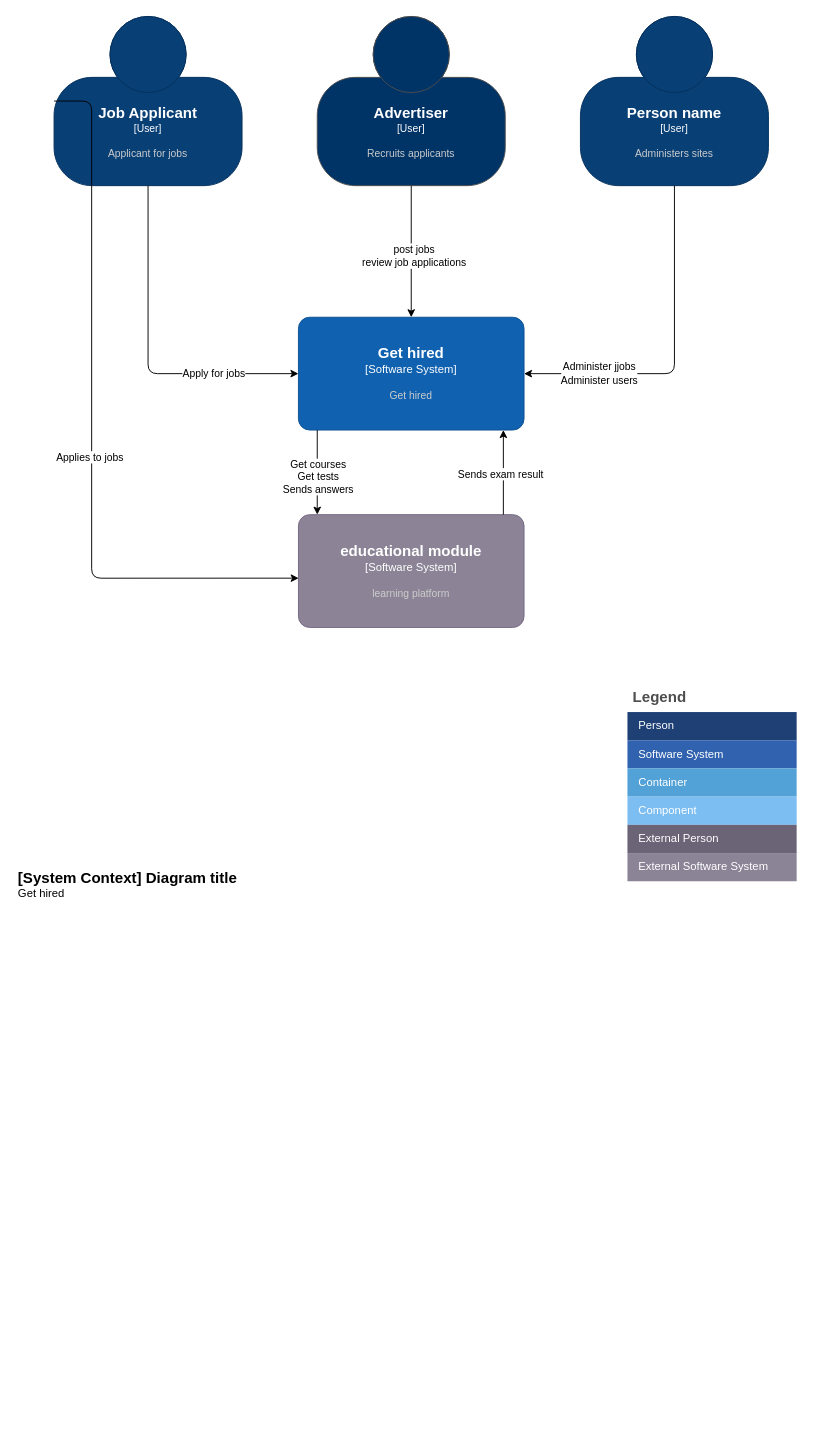
Earlier version of the draw.io diagram page "System context" (1 of 4) of jmp.drawio (UpSwDevTech2024/JMP). Source tidied: cells renumbered, new cells numbered last; positions are measured from the earlier drawing's top-left corner, leaving out a move shared by most shapes. Both pictures are drawn from the tidied source at 94%, with x=0, y=0 at pixel (16, 16).
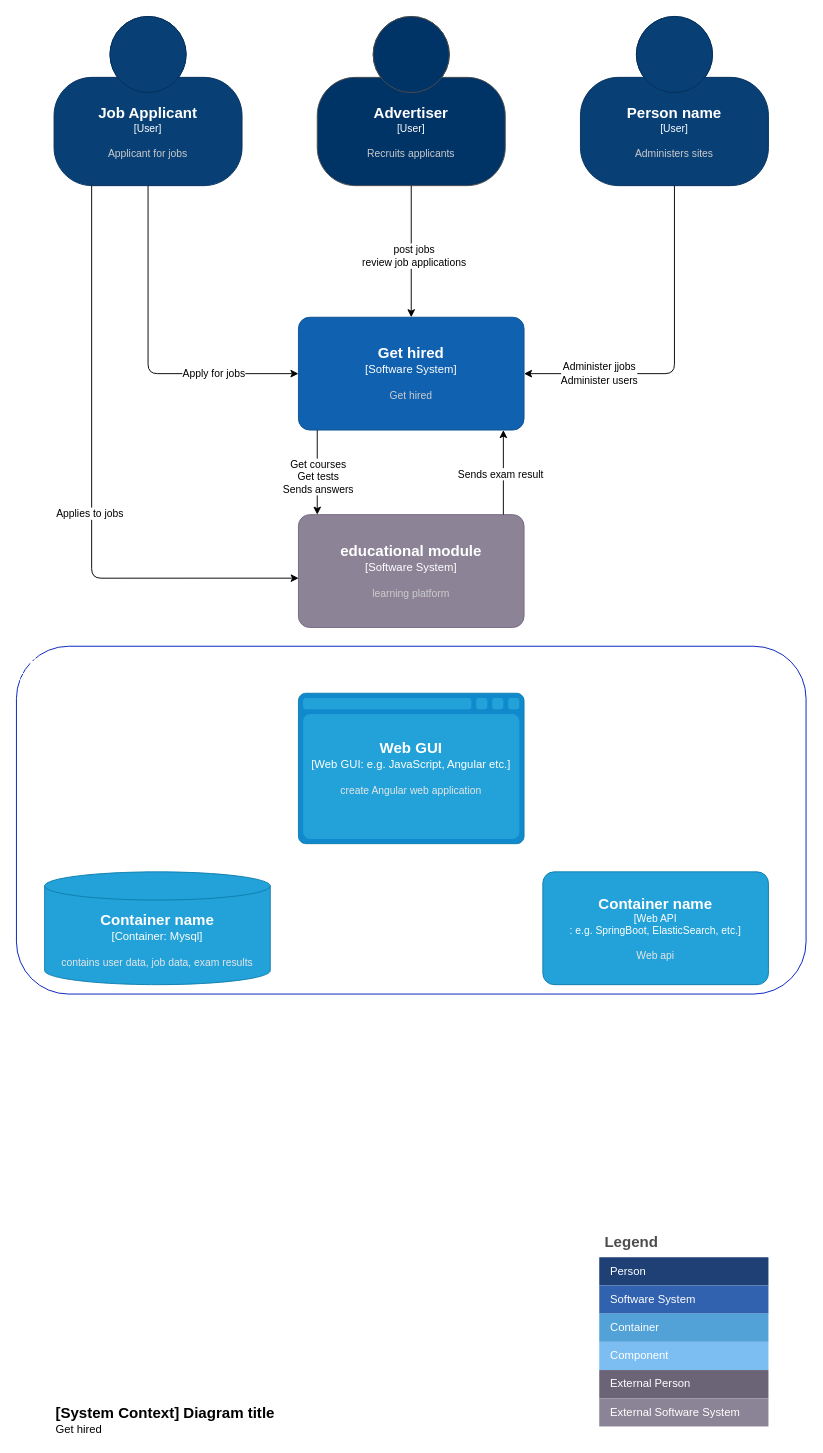
The same page after the edit.

The change refers to these unchanged cells:
```xml
<object id="2" label="&lt;font style=&quot;font-size: 16px&quot;&gt;&lt;b&gt;%c4Name%&lt;/b&gt;&lt;/font&gt;&lt;div&gt;[%c4Type%]&lt;/div&gt;&lt;br&gt;&lt;div&gt;&lt;font style=&quot;font-size: 11px&quot;&gt;&lt;font color=&quot;#cccccc&quot;&gt;%c4Description%&lt;/font&gt;&lt;/div&gt;" c4Description="Applicant for jobs" c4Name="Job Applicant" c4Type="User" placeholders="1">
  <mxCell style="html=1;fontSize=11;dashed=0;whiteSpace=wrap;fillColor=#083F75;strokeColor=#06315C;fontColor=#ffffff;shape=mxgraph.c4.person2;align=center;points=[[0.5,0,0],[1,0.5,0],[1,0.75,0],[0.75,1,0],[0.5,1,0],[0.25,1,0],[0,0.75,0],[0,0.5,0]];" parent="1" vertex="1">
    <mxGeometry x="40" width="200" height="180" as="geometry" />
  </mxCell>
</object>
<object id="26" label="&lt;font style=&quot;font-size: 16px&quot;&gt;&lt;b&gt;%c4Name%&lt;/b&gt;&lt;/font&gt;&lt;div&gt;[%c4Type%]&lt;/div&gt;&lt;br&gt;&lt;div&gt;&lt;font style=&quot;font-size: 11px&quot;&gt;&lt;font color=&quot;#cccccc&quot;&gt;%c4Description%&lt;/font&gt;&lt;/div&gt;" c4Description="learning platform" c4Name="educational module" c4Type="Software System" placeholders="1">
  <mxCell style="rounded=1;whiteSpace=wrap;html=1;labelBackgroundColor=none;fillColor=#8C8496;fontColor=#ffffff;align=center;arcSize=10;strokeColor=#736782;points=[[0.25,0,0],[0.5,0,0],[0.75,0,0],[1,0.25,0],[1,0.5,0],[1,0.75,0],[0.75,1,0],[0.5,1,0],[0.25,1,0],[0,0.75,0],[0,0.5,0],[0,0.25,0]];" parent="1" vertex="1">
    <mxGeometry x="300" y="530" width="240" height="120" as="geometry" />
  </mxCell>
</object>
```

Diff of the diagram source:
```diff
@@
     <object id="8" label="&lt;font style=&quot;font-size: 16px&quot;&gt;&lt;b&gt;&lt;div style=&quot;text-align: left&quot;&gt;%c4Name%&lt;/div&gt;&lt;/b&gt;&lt;/font&gt;&lt;div style=&quot;text-align: left&quot;&gt;%c4Description%&lt;/div&gt;" c4Description="Get hired" c4Name="[System Context] Diagram title" placeholders="1">
       <mxCell style="text;html=1;strokeColor=none;fillColor=none;align=left;verticalAlign=top;whiteSpace=wrap;rounded=0;" parent="1" vertex="1">
-        <mxGeometry y="900" width="260" height="40" as="geometry" />
+        <mxGeometry x="40" y="1470" width="260" height="40" as="geometry" />
       </mxCell>
     </object>
     <mxCell id="9" value="Legend" style="shape=table;startSize=30;childLayout=tableLayout;fontSize=16;align=left;verticalAlign=top;fillColor=none;strokeColor=none;fontColor=#4D4D4D;fontStyle=1;spacingLeft=6;spacing=0;" parent="1" vertex="1">
-      <mxGeometry x="650" y="710" width="180" height="210" as="geometry" />
+      <mxGeometry x="620" y="1290" width="180" height="210" as="geometry" />
     </mxCell>
@@
-    <mxCell id="27" style="edgeStyle=orthogonalEdgeStyle;rounded=1;jettySize=auto;html=1;exitX=0;exitY=0.5;exitDx=0;exitDy=0;exitPerimeter=0;entryX=0.001;entryY=0.563;entryDx=0;entryDy=0;entryPerimeter=0;curved=0;" parent="1" edge="1" source="2" target="26">
+    <mxCell id="27" style="edgeStyle=orthogonalEdgeStyle;rounded=1;jettySize=auto;html=1;entryX=0.001;entryY=0.563;entryDx=0;entryDy=0;entryPerimeter=0;curved=0;" parent="1" edge="1" target="26">
       <mxGeometry relative="1" as="geometry">
+        <mxPoint x="80" y="180" as="sourcePoint" />
         <Array as="points">
-          <mxPoint x="80" y="90" />
           <mxPoint x="80" y="598" />
         </Array>
       </mxGeometry>
     </mxCell>
@@
+    <object id="33" label="&lt;font style=&quot;font-size: 16px&quot;&gt;&lt;b&gt;&lt;div style=&quot;text-align: left&quot;&gt;%c4Name%&lt;/div&gt;&lt;/b&gt;&lt;/font&gt;&lt;div style=&quot;text-align: left&quot;&gt;%c4Description%&lt;/div&gt;" c4Description="Get hired elaboration" c4Name="Get hired" placeholders="1">
+      <mxCell style="text;html=1;strokeColor=#001DBC;fillColor=none;align=left;verticalAlign=top;whiteSpace=wrap;rounded=1;fontColor=#ffffff;glass=0;shadow=0;" parent="1" vertex="1">
+        <mxGeometry y="670" width="840" height="370" as="geometry" />
+      </mxCell>
+    </object>
+    <object id="34" label="&lt;font style=&quot;font-size: 16px&quot;&gt;&lt;b&gt;%c4Type%&lt;/b&gt;&lt;/font&gt;&lt;div&gt;[%c4Container%:&amp;nbsp;%c4Technology%]&lt;/div&gt;&lt;br&gt;&lt;div&gt;&lt;font style=&quot;font-size: 11px&quot;&gt;&lt;font color=&quot;#E6E6E6&quot;&gt;%c4Description%&lt;/font&gt;&lt;/div&gt;" c4Container="Container" c4Description="contains user data, job data, exam results" c4Technology="Mysql" c4Type="Container name" placeholders="1">
+      <mxCell style="shape=cylinder3;size=15;whiteSpace=wrap;html=1;boundedLbl=1;rounded=0;labelBackgroundColor=none;fillColor=#23A2D9;fontSize=12;fontColor=#ffffff;align=center;strokeColor=#0E7DAD;" parent="1" vertex="1">
+        <mxGeometry x="30" y="910" width="240" height="120" as="geometry" />
+      </mxCell>
+    </object>
+    <object id="35" label="&lt;font style=&quot;font-size: 16px&quot;&gt;&lt;b&gt;%c4Type%&lt;/b&gt;&lt;/font&gt;&lt;div&gt;[%c4Container%:&amp;nbsp;%c4Technology%]&lt;/div&gt;&lt;br&gt;&lt;div&gt;&lt;font style=&quot;font-size: 11px&quot;&gt;&lt;font color=&quot;#E6E6E6&quot;&gt;%c4Description%&lt;/font&gt;&lt;/div&gt;" c4Container="Web GUI" c4Description="create Angular web application" c4Technology="e.g. JavaScript, Angular etc." c4Type="Web GUI" placeholders="1">
+      <mxCell style="shape=mxgraph.c4.webBrowserContainer2;whiteSpace=wrap;html=1;boundedLbl=1;rounded=0;labelBackgroundColor=none;strokeColor=#118ACD;fillColor=#23A2D9;strokeColor=#118ACD;strokeColor2=#0E7DAD;fontSize=12;fontColor=#ffffff;align=center;" parent="1" vertex="1">
+        <mxGeometry x="300" y="720" width="240" height="160" as="geometry" />
+      </mxCell>
+    </object>
+    <object id="36" label="&lt;font style=&quot;font-size: 16px&quot;&gt;&lt;b&gt;%c4Name%&lt;/b&gt;&lt;/font&gt;&lt;div&gt;[%c4Type%: %c4Technology%]&lt;/div&gt;&lt;br&gt;&lt;div&gt;&lt;font style=&quot;font-size: 11px&quot;&gt;&lt;font color=&quot;#E6E6E6&quot;&gt;%c4Description%&lt;/font&gt;&lt;/div&gt;" c4Description="Web api " c4Name="Container name" c4Technology="e.g. SpringBoot, ElasticSearch, etc." c4Type="Web API&#10;" placeholders="1">
+      <mxCell style="rounded=1;whiteSpace=wrap;html=1;fontSize=11;labelBackgroundColor=none;fillColor=#23A2D9;fontColor=#ffffff;align=center;arcSize=10;strokeColor=#0E7DAD;" parent="1" vertex="1">
+        <mxGeometry x="560" y="910" width="240" height="120" as="geometry" />
+      </mxCell>
+    </object>
```
